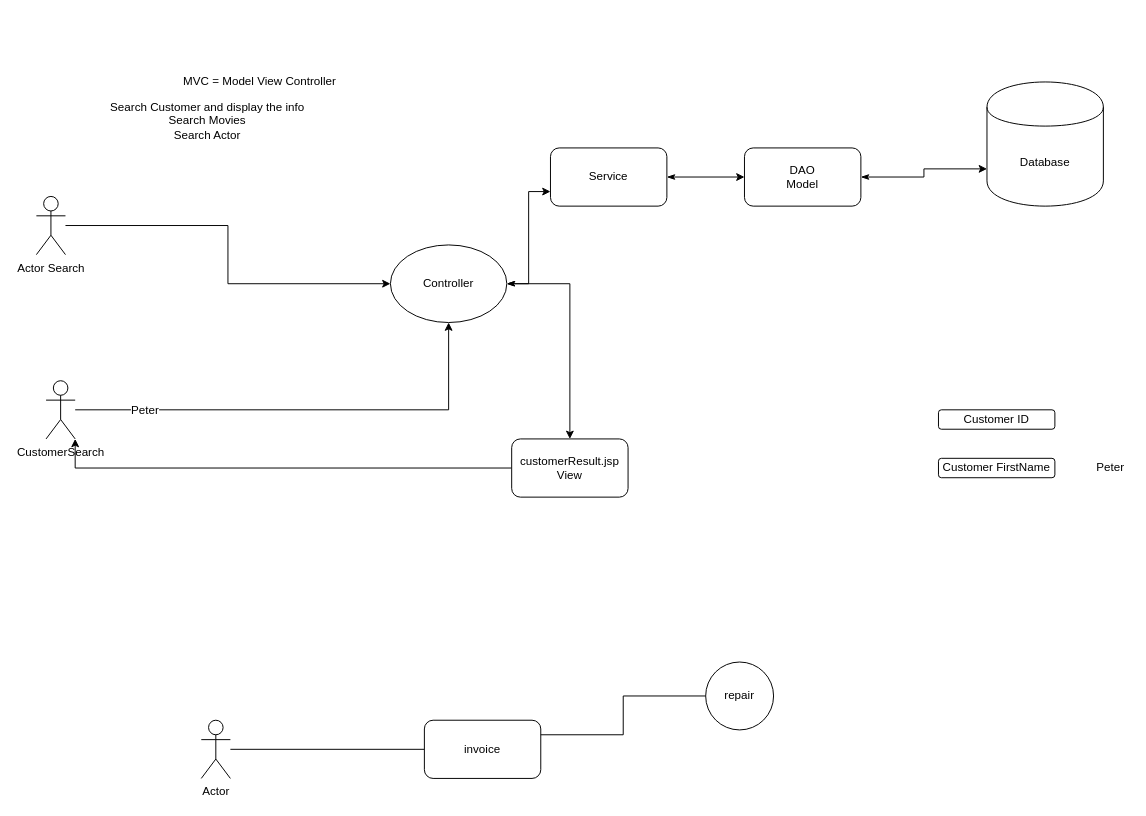
Above: page "MVC" (14 of 15) of batch33.drawio in jayramrout/batch33 (draw.io), before the change. Source tidied: cells renumbered, new cells numbered last; positions are measured from the earlier drawing's top-left corner, leaving out a move shared by most shapes. Both pictures are drawn from the tidied source at 97%, with x=0, y=0 at pixel (36, 72).
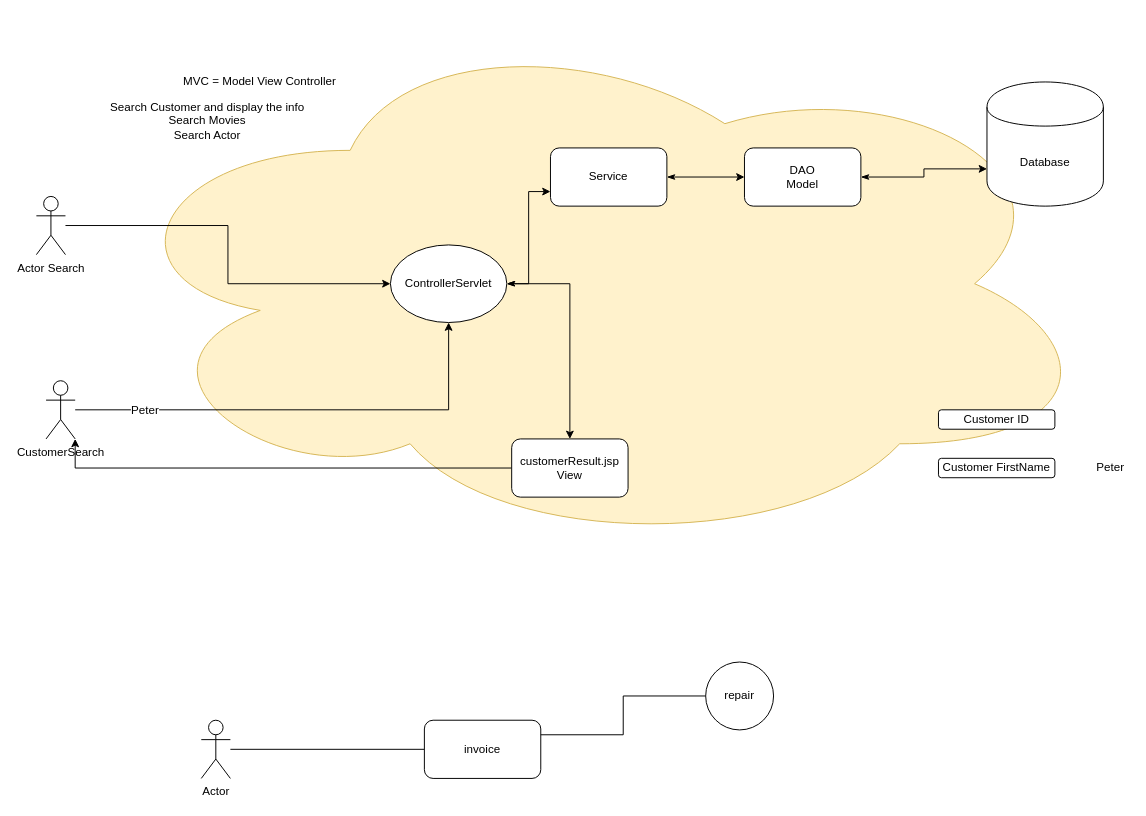
After the change.

Diff of the diagram source:
```diff
@@
+    <mxCell id="27" style="ellipse;shape=cloud;whiteSpace=wrap;html=1;fillColor=#fff2cc;strokeColor=#d6b656;" parent="1" vertex="1">
+      <mxGeometry x="66" y="-57" width="1030" height="550" as="geometry" />
+    </mxCell>
@@
-    <mxCell id="4" value="Controller" style="ellipse;whiteSpace=wrap;html=1;" parent="1" vertex="1">
+    <mxCell id="4" value="ControllerServlet" style="ellipse;whiteSpace=wrap;html=1;" parent="1" vertex="1">
       <mxGeometry x="365" y="178" width="120" height="80" as="geometry" />
     </mxCell>
```
